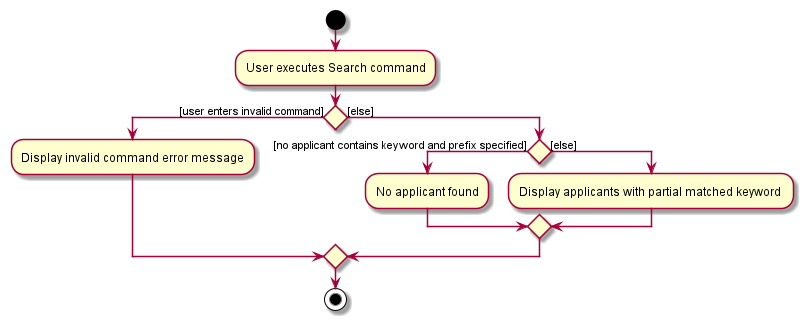
Before: docs/images/SearchCommandActivityDiagram.png, a diagram exported from PlantUML (zzhikai/tp).
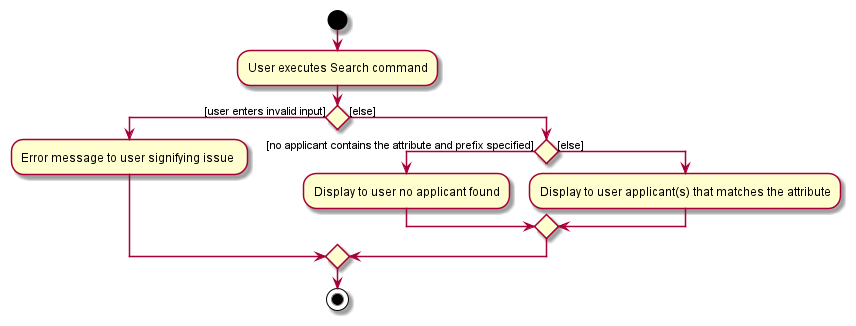
After the commit.

Diff of the diagram source:
```diff
@@ -3,13 +3,13 @@
 :User executes Search command;
 
 
-if () then ([user enters invalid command])
-    :Display invalid command error message;
+if () then ([user enters invalid input])
+    :Error message to user signifying issue ;
 else ([else])
-    if () then ([no applicant contains keyword and prefix specified])
-    :No applicant found;
+    if () then ([no applicant contains the attribute and prefix specified])
+    :Display to user no applicant found;
     else ([else])
-    :Display applicants with partial matched keyword ;
+    :Display to user applicant(s) that matches the attribute;
 endif
 endif
 
```
